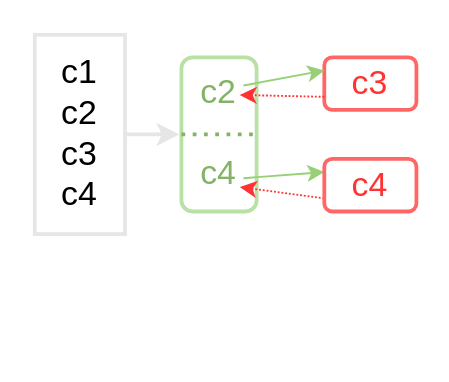
Above: figure1c.drawio in zhoucz97/paper_figure (draw.io), before the change. Source tidied: cells renumbered, new cells numbered last; positions are measured from the earlier drawing's top-left corner, leaving out a move shared by most shapes. Both pictures are drawn from the tidied source at 188%, with x=0, y=0 at pixel (34, 34).
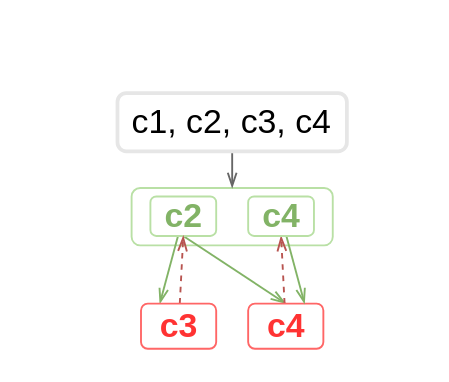
Above is the later version.

Diff of the diagram source:
```diff
@@
 <mxGraphModel>
   <root>
     <mxCell id="0" />
     <mxCell id="1" parent="0" />
-    <mxCell id="2" style="edgeStyle=orthogonalEdgeStyle;rounded=0;jettySize=auto;html=1;exitX=1;exitY=0.5;exitDx=0;exitDy=0;strokeColor=#E6E6E6;strokeWidth=2;" parent="1" edge="1" source="3">
-      <mxGeometry relative="1" as="geometry">
-        <mxPoint x="77" y="53.3" as="targetPoint" />
-      </mxGeometry>
-    </mxCell>
+    <mxCell id="12" style="rounded=1;whiteSpace=wrap;html=1;strokeWidth=1;strokeColor=#B9E0A5;sketch=0;" parent="1" vertex="1">
+      <mxGeometry x="51.5" y="81.5" width="107" height="30.5" as="geometry" />
+    </mxCell>
+    <mxCell id="13" style="edgeStyle=none;rounded=0;jettySize=auto;html=1;entryX=0.5;entryY=0;entryDx=0;entryDy=0;endArrow=openThin;endFill=0;fillColor=#f5f5f5;strokeColor=#666666;" parent="1" edge="1" source="3" target="12">
+      <mxGeometry relative="1" as="geometry" />
+    </mxCell>
-    <mxCell id="3" value="&lt;font style=&quot;font-size: 18px&quot;&gt;c1&lt;br&gt;c2&lt;br&gt;c3&lt;br&gt;c4&lt;/font&gt;" style="rounded=0;whiteSpace=wrap;html=1;strokeWidth=2;strokeColor=#E6E6E6;" parent="1" vertex="1">
-      <mxGeometry width="48" height="106" as="geometry" />
+    <mxCell id="3" value="&lt;font style=&quot;font-size: 18px&quot;&gt;c1, c2, c3, c4&lt;/font&gt;" style="rounded=1;whiteSpace=wrap;html=1;strokeWidth=2;strokeColor=#E6E6E6;perimeterSpacing=0;" parent="1" vertex="1">
+      <mxGeometry x="44" y="31" width="122" height="31" as="geometry" />
     </mxCell>
+    <mxCell id="14" style="rounded=0;jettySize=auto;html=1;entryX=0.25;entryY=0;entryDx=0;entryDy=0;fillColor=#d5e8d4;strokeColor=#82b366;endArrow=openThin;endFill=0;" parent="1" edge="1" source="4" target="5">
+      <mxGeometry relative="1" as="geometry" />
+    </mxCell>
+    <mxCell id="15" style="rounded=0;jettySize=auto;html=1;entryX=0.5;entryY=0;entryDx=0;entryDy=0;fillColor=#d5e8d4;strokeColor=#82b366;endArrow=openThin;endFill=0;exitX=0.5;exitY=1;exitDx=0;exitDy=0;" parent="1" edge="1" source="4" target="11">
+      <mxGeometry relative="1" as="geometry" />
+    </mxCell>
-    <mxCell id="4" value="&lt;span style=&quot;font-size: 18px&quot;&gt;&lt;font color=&quot;#82b366&quot;&gt;c2&lt;br&gt;&lt;br&gt;c4&lt;/font&gt;&lt;/span&gt;" style="rounded=1;whiteSpace=wrap;html=1;strokeWidth=2;strokeColor=#B9E0A5;sketch=0;" parent="1" vertex="1">
-      <mxGeometry x="78" y="12" width="40" height="82" as="geometry" />
+    <mxCell id="4" value="&lt;span style=&quot;font-size: 18px&quot;&gt;&lt;font color=&quot;#82b366&quot;&gt;&lt;b&gt;c2&lt;/b&gt;&lt;/font&gt;&lt;/span&gt;" style="rounded=1;whiteSpace=wrap;html=1;strokeWidth=1;strokeColor=#B9E0A5;sketch=0;" parent="1" vertex="1">
+      <mxGeometry x="61.5" y="86" width="35" height="21" as="geometry" />
     </mxCell>
+    <mxCell id="16" style="edgeStyle=none;rounded=0;jettySize=auto;html=1;entryX=0.5;entryY=1;entryDx=0;entryDy=0;endArrow=openThin;endFill=0;dashed=1;fillColor=#f8cecc;strokeColor=#b85450;" parent="1" edge="1" source="5" target="4">
+      <mxGeometry relative="1" as="geometry" />
+    </mxCell>
-    <mxCell id="5" value="&lt;span style=&quot;font-size: 18px&quot;&gt;&lt;font color=&quot;#ff3333&quot;&gt;c3&lt;/font&gt;&lt;/span&gt;" style="rounded=1;whiteSpace=wrap;html=1;strokeWidth=2;strokeColor=#FF6666;" parent="1" vertex="1">
-      <mxGeometry x="154" y="12" width="49" height="28" as="geometry" />
+    <mxCell id="5" value="&lt;span style=&quot;font-size: 18px&quot;&gt;&lt;font color=&quot;#ff3333&quot;&gt;&lt;b&gt;c3&lt;/b&gt;&lt;/font&gt;&lt;/span&gt;" style="rounded=1;whiteSpace=wrap;html=1;strokeWidth=1;strokeColor=#FF6666;" parent="1" vertex="1">
+      <mxGeometry x="56.5" y="143" width="40" height="24" as="geometry" />
     </mxCell>
-    <mxCell id="6" style="endArrow=none;dashed=1;html=1;dashPattern=1 2;strokeWidth=2;exitX=0;exitY=0.5;exitDx=0;exitDy=0;fillColor=#fff2cc;strokeColor=#82B366;" parent="1" edge="1" source="4">
-      <mxGeometry relative="1" as="geometry">
-        <mxPoint x="118" y="53" as="targetPoint" />
-      </mxGeometry>
-    </mxCell>
-    <mxCell id="7" style="endArrow=classic;html=1;entryX=0;entryY=0.25;entryDx=0;entryDy=0;strokeColor=#97D077;" parent="1" edge="1" target="5">
-      <mxGeometry relative="1" as="geometry">
-        <mxPoint x="111" y="27" as="sourcePoint" />
-      </mxGeometry>
-    </mxCell>
-    <mxCell id="8" style="endArrow=classic;html=1;exitX=0.825;exitY=0.244;exitDx=0;exitDy=0;exitPerimeter=0;entryX=0;entryY=0.25;entryDx=0;entryDy=0;strokeColor=#97D077;" parent="1" edge="1" target="11">
-      <mxGeometry relative="1" as="geometry">
-        <mxPoint x="111" y="76.3" as="sourcePoint" />
-      </mxGeometry>
-    </mxCell>
-    <mxCell id="9" style="endArrow=classic;html=1;exitX=0;exitY=0.75;exitDx=0;exitDy=0;dashed=1;dashPattern=1 1;strokeColor=#FF3333;" parent="1" edge="1" source="11">
-      <mxGeometry relative="1" as="geometry">
-        <mxPoint x="109" y="81" as="targetPoint" />
-      </mxGeometry>
-    </mxCell>
-    <mxCell id="10" style="endArrow=classic;html=1;exitX=0;exitY=0.75;exitDx=0;exitDy=0;dashed=1;dashPattern=1 1;strokeColor=#FF3333;" parent="1" edge="1" source="5">
-      <mxGeometry relative="1" as="geometry">
-        <mxPoint x="109" y="32" as="targetPoint" />
-      </mxGeometry>
-    </mxCell>
+    <mxCell id="17" style="edgeStyle=none;rounded=0;jettySize=auto;html=1;entryX=0.5;entryY=1;entryDx=0;entryDy=0;dashed=1;endArrow=openThin;endFill=0;fillColor=#f8cecc;strokeColor=#b85450;" parent="1" edge="1" source="11" target="19">
+      <mxGeometry relative="1" as="geometry" />
+    </mxCell>
-    <mxCell id="11" value="&lt;span style=&quot;font-size: 18px&quot;&gt;&lt;font color=&quot;#ff3333&quot;&gt;c4&lt;/font&gt;&lt;/span&gt;" style="rounded=1;whiteSpace=wrap;html=1;strokeWidth=2;strokeColor=#FF6666;" parent="1" vertex="1">
-      <mxGeometry x="154" y="66" width="49" height="28" as="geometry" />
+    <mxCell id="11" value="&lt;span style=&quot;font-size: 18px&quot;&gt;&lt;font color=&quot;#ff3333&quot;&gt;&lt;b&gt;c4&lt;/b&gt;&lt;/font&gt;&lt;/span&gt;" style="rounded=1;whiteSpace=wrap;html=1;strokeWidth=1;strokeColor=#FF6666;" parent="1" vertex="1">
+      <mxGeometry x="113.5" y="143" width="40" height="24" as="geometry" />
     </mxCell>
+    <mxCell id="18" style="edgeStyle=none;rounded=0;jettySize=auto;html=1;entryX=0.75;entryY=0;entryDx=0;entryDy=0;fillColor=#d5e8d4;strokeColor=#82b366;endArrow=openThin;endFill=0;" parent="1" edge="1" source="19" target="11">
+      <mxGeometry relative="1" as="geometry" />
+    </mxCell>
+    <mxCell id="19" value="&lt;span style=&quot;font-size: 18px&quot;&gt;&lt;font color=&quot;#82b366&quot;&gt;&lt;b&gt;c4&lt;/b&gt;&lt;/font&gt;&lt;/span&gt;" style="rounded=1;whiteSpace=wrap;html=1;strokeWidth=1;strokeColor=#B9E0A5;sketch=0;" parent="1" vertex="1">
+      <mxGeometry x="113.5" y="86" width="35" height="21" as="geometry" />
+    </mxCell>
   </root>
 </mxGraphModel>
```
